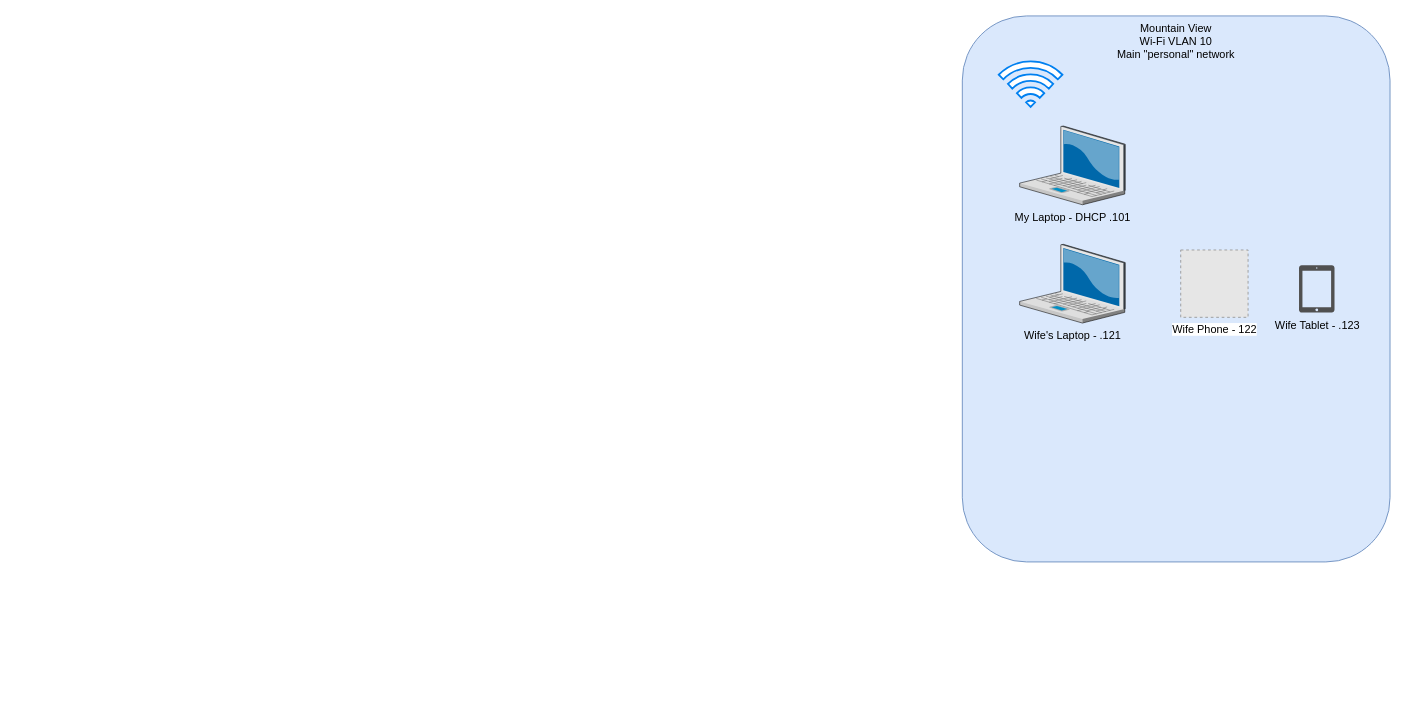
This is Untitled Diagram.drawio from vichanzo/my-home-server, a draw.io file, before an edit. Source tidied: cells renumbered, new cells numbered last; positions are measured from the earlier drawing's top-left corner, leaving out a move shared by most shapes. Both pictures are drawn from the tidied source at 91%, with x=0, y=0 at pixel (962, 15). Pictures stored in the file or linked from it are replaced by grey dashed boxes.
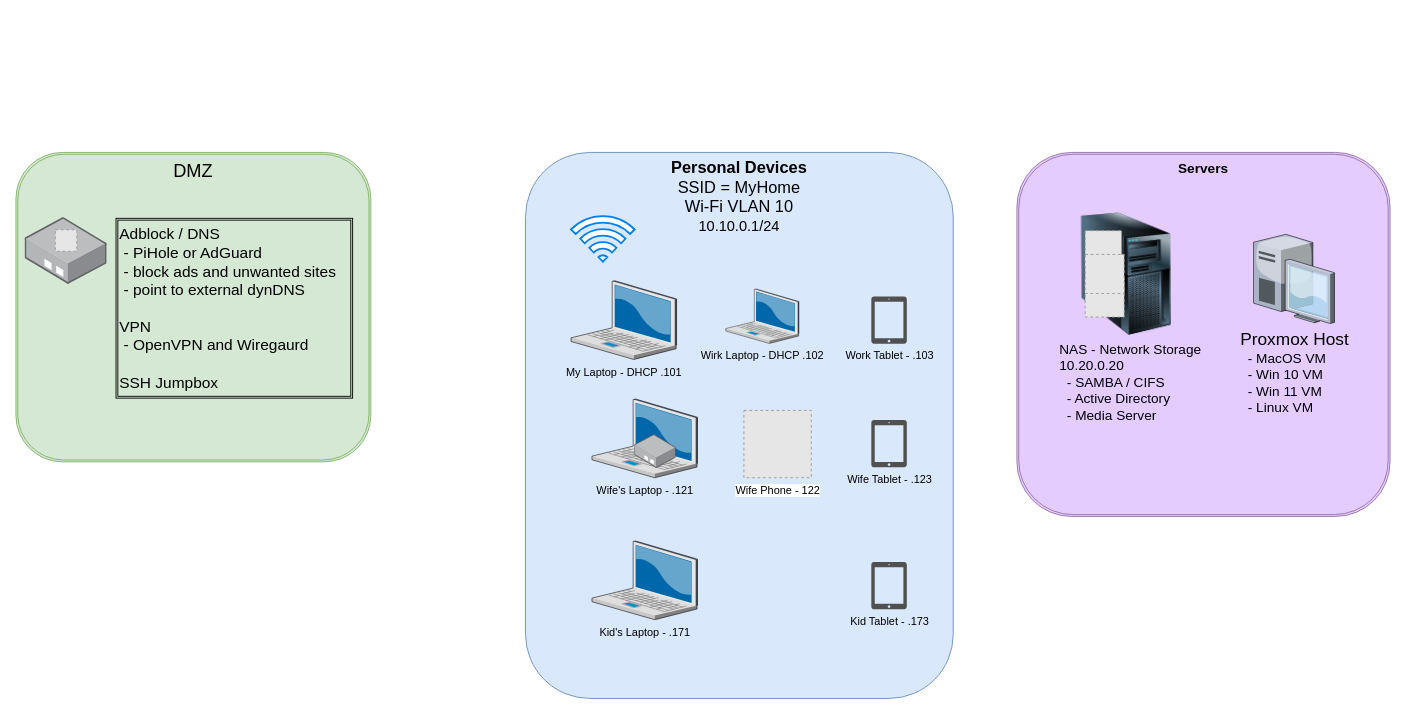
After the change.

The edit, as a diff of the source:
```diff
@@
+    <mxCell id="8" value="&lt;font style=&quot;font-size: 18px;&quot;&gt;&lt;sup&gt;&lt;b&gt;Servers&lt;/b&gt;&lt;/sup&gt;&lt;/font&gt;" style="shape=ext;double=1;rounded=1;whiteSpace=wrap;html=1;fillColor=#E5CCFF;strokeColor=#9673a6;verticalAlign=top;" parent="1" vertex="1">
+      <mxGeometry x="60" y="150" width="410" height="400" as="geometry" />
+    </mxCell>
+    <mxCell id="9" value="&lt;div style=&quot;text-align: left;&quot;&gt;&lt;span style=&quot;font-size: 19px; background-color: initial;&quot;&gt;Proxmox Host&lt;/span&gt;&lt;/div&gt;&lt;font style=&quot;font-size: 15px;&quot;&gt;&lt;div style=&quot;text-align: left;&quot;&gt;&lt;font style=&quot;background-color: initial; font-size: 15px;&quot;&gt;&amp;nbsp; -&lt;/font&gt;&lt;span style=&quot;background-color: initial;&quot;&gt;&amp;nbsp;MacOS VM&lt;/span&gt;&lt;/div&gt;&lt;/font&gt;&lt;div style=&quot;text-align: left; font-size: 15px;&quot;&gt;&lt;span style=&quot;background-color: initial;&quot;&gt;&lt;font style=&quot;font-size: 15px;&quot;&gt;&amp;nbsp; - Win 10 VM&lt;/font&gt;&lt;/span&gt;&lt;/div&gt;&lt;div style=&quot;text-align: left; font-size: 15px;&quot;&gt;&lt;span style=&quot;background-color: initial;&quot;&gt;&lt;font style=&quot;font-size: 15px;&quot;&gt;&amp;nbsp; - Win 11 VM&lt;/font&gt;&lt;/span&gt;&lt;/div&gt;&lt;div style=&quot;text-align: left; font-size: 15px;&quot;&gt;&lt;span style=&quot;background-color: initial;&quot;&gt;&lt;font style=&quot;font-size: 15px;&quot;&gt;&amp;nbsp; - Linux VM&amp;nbsp;&lt;/font&gt;&lt;/span&gt;&lt;/div&gt;" style="verticalLabelPosition=bottom;sketch=0;html=1;verticalAlign=top;strokeColor=none;align=center;shape=mxgraph.citrix.desktop;" parent="1" vertex="1">
+      <mxGeometry x="320" y="240" width="89" height="98" as="geometry" />
+    </mxCell>
+    <mxCell id="10" style="group;fontSize=20;" parent="1" vertex="1">
+      <mxGeometry x="-480" y="150" width="470" height="600" as="geometry" />
+    </mxCell>
-    <mxCell id="2" value="Mountain View&lt;br&gt;Wi-Fi VLAN 10&lt;br&gt;Main &quot;personal&quot; network" style="rounded=1;whiteSpace=wrap;html=1;fillColor=#dae8fc;strokeColor=#6c8ebf;verticalAlign=top;" parent="1" vertex="1">
+    <mxCell id="2" value="&lt;font style=&quot;&quot;&gt;&lt;span style=&quot;font-size: 18px;&quot;&gt;&lt;b&gt;Personal Devices&lt;/b&gt;&lt;/span&gt;&lt;br&gt;&lt;span style=&quot;font-size: 18px;&quot;&gt;SSID = MyHome&lt;/span&gt;&lt;br&gt;&lt;span style=&quot;font-size: 18px;&quot;&gt;Wi-Fi VLAN 10&lt;br&gt;&lt;/span&gt;&lt;font style=&quot;font-size: 16px;&quot;&gt;10.10.0.1/24&lt;/font&gt;&lt;br&gt;&lt;/font&gt;" style="rounded=1;whiteSpace=wrap;html=1;fillColor=#dae8fc;strokeColor=#6c8ebf;verticalAlign=top;" parent="10" vertex="1">
       <mxGeometry width="470" height="600" as="geometry" />
     </mxCell>
-    <mxCell id="3" style="html=1;verticalLabelPosition=bottom;align=center;labelBackgroundColor=#ffffff;verticalAlign=top;strokeWidth=2;strokeColor=#0080F0;shadow=0;dashed=0;shape=mxgraph.ios7.icons.wifi;" parent="1" vertex="1">
-      <mxGeometry x="40" y="50" width="70" height="50" as="geometry" />
+    <mxCell id="3" style="html=1;verticalLabelPosition=bottom;align=center;labelBackgroundColor=#ffffff;verticalAlign=top;strokeWidth=2;strokeColor=#0080F0;shadow=0;dashed=0;shape=mxgraph.ios7.icons.wifi;" parent="10" vertex="1">
+      <mxGeometry x="50" y="70" width="70" height="50" as="geometry" />
     </mxCell>
-    <mxCell id="4" value="My Laptop - DHCP .101" style="verticalLabelPosition=bottom;sketch=0;html=1;verticalAlign=top;strokeColor=none;align=center;shape=mxgraph.citrix.laptop_2;" parent="1" vertex="1">
-      <mxGeometry x="63" y="121" width="116" height="86.5" as="geometry" />
+    <mxCell id="4" value="My Laptop - DHCP .101" style="verticalLabelPosition=bottom;sketch=0;html=1;verticalAlign=top;strokeColor=none;align=center;shape=mxgraph.citrix.laptop_2;" parent="10" vertex="1">
+      <mxGeometry x="50" y="141" width="116" height="86.5" as="geometry" />
     </mxCell>
-    <mxCell id="5" value="Wife's Laptop - .121" style="verticalLabelPosition=bottom;sketch=0;html=1;verticalAlign=top;strokeColor=none;align=center;shape=mxgraph.citrix.laptop_2;" parent="1" vertex="1">
-      <mxGeometry x="63" y="251" width="116" height="86.5" as="geometry" />
+    <mxCell id="5" value="Wife's Laptop - .121" style="verticalLabelPosition=bottom;sketch=0;html=1;verticalAlign=top;strokeColor=none;align=center;shape=mxgraph.citrix.laptop_2;" parent="10" vertex="1">
+      <mxGeometry x="73" y="271" width="116" height="86.5" as="geometry" />
     </mxCell>
-    <mxCell id="6" value="Wife Tablet - .123" style="sketch=0;shadow=0;dashed=0;html=1;strokeColor=none;fillColor=#505050;labelPosition=center;verticalLabelPosition=bottom;verticalAlign=top;align=center;shape=mxgraph.office.devices.tablet_ipad;" parent="1" vertex="1">
-      <mxGeometry x="370" y="274" width="39" height="52" as="geometry" />
+    <mxCell id="6" value="Wife Tablet - .123" style="sketch=0;shadow=0;dashed=0;html=1;strokeColor=none;fillColor=#505050;labelPosition=center;verticalLabelPosition=bottom;verticalAlign=top;align=center;shape=mxgraph.office.devices.tablet_ipad;" parent="10" vertex="1">
+      <mxGeometry x="380" y="294" width="39" height="52" as="geometry" />
     </mxCell>
-    <mxCell id="7" value="Wife Phone - 122" style="fillColor=#E6E6E6;strokeColor=#999999;dashed=1;html=1;verticalAlign=top;verticalLabelPosition=bottom;labelBackgroundColor=#ffffff;" parent="1" vertex="1">
-      <mxGeometry x="240" y="257.2" width="74" height="74" as="geometry" />
+    <mxCell id="7" value="Wife Phone - 122" style="fillColor=#E6E6E6;strokeColor=#999999;dashed=1;html=1;verticalAlign=top;verticalLabelPosition=bottom;labelBackgroundColor=#ffffff;" parent="10" vertex="1">
+      <mxGeometry x="240" y="283.5" width="74" height="74" as="geometry" />
     </mxCell>
+    <mxCell id="11" value="Kid's Laptop - .171" style="verticalLabelPosition=bottom;sketch=0;html=1;verticalAlign=top;strokeColor=none;align=center;shape=mxgraph.citrix.laptop_2;" parent="10" vertex="1">
+      <mxGeometry x="73" y="427" width="116" height="86.5" as="geometry" />
+    </mxCell>
+    <mxCell id="12" value="Kid Tablet - .173" style="sketch=0;shadow=0;dashed=0;html=1;strokeColor=none;fillColor=#505050;labelPosition=center;verticalLabelPosition=bottom;verticalAlign=top;align=center;shape=mxgraph.office.devices.tablet_ipad;" parent="10" vertex="1">
+      <mxGeometry x="380" y="450" width="39" height="52" as="geometry" />
+    </mxCell>
+    <mxCell id="13" value="Wirk Laptop - DHCP .102" style="verticalLabelPosition=bottom;sketch=0;html=1;verticalAlign=top;strokeColor=none;align=center;shape=mxgraph.citrix.laptop_2;" parent="10" vertex="1">
+      <mxGeometry x="220" y="150" width="80.5" height="60" as="geometry" />
+    </mxCell>
+    <mxCell id="14" value="Work Tablet - .103" style="sketch=0;shadow=0;dashed=0;html=1;strokeColor=none;fillColor=#505050;labelPosition=center;verticalLabelPosition=bottom;verticalAlign=top;align=center;shape=mxgraph.office.devices.tablet_ipad;" parent="10" vertex="1">
+      <mxGeometry x="380" y="158.2" width="39" height="52" as="geometry" />
+    </mxCell>
+    <mxCell id="15" value="DMZ" style="shape=ext;double=1;rounded=1;whiteSpace=wrap;html=1;fillColor=#d5e8d4;strokeColor=#82b366;fontSize=20;verticalAlign=top;" parent="1" vertex="1">
+      <mxGeometry x="-1040" y="150" width="390" height="340" as="geometry" />
+    </mxCell>
+    <mxCell id="16" style="html=1;align=center;shadow=0;dashed=0;image;image=img/lib/allied_telesis/media_converters/Media_Converter_Standalone.svg;" parent="1" vertex="1">
+      <mxGeometry x="-360" y="460" width="45.6" height="37.2" as="geometry" />
+    </mxCell>
+    <mxCell id="17" style="group;" parent="1" vertex="1">
+      <mxGeometry x="-1030" y="221.4" width="90.2" height="73.6" as="geometry" />
+    </mxCell>
+    <mxCell id="18" style="html=1;align=center;shadow=0;dashed=0;image;image=img/lib/allied_telesis/media_converters/Media_Converter_Standalone.svg;" parent="17" vertex="1">
+      <mxGeometry width="90.2" height="73.6" as="geometry" />
+    </mxCell>
+    <mxCell id="19" style="fillColor=#E6E6E6;strokeColor=#999999;dashed=1;html=1;verticalAlign=top;verticalLabelPosition=bottom;labelBackgroundColor=#ffffff;" parent="17" vertex="1">
+      <mxGeometry x="33.3" y="13.6" width="23.6" height="23.6" as="geometry" />
+    </mxCell>
+    <mxCell id="20" value="&lt;font style=&quot;font-size: 17px;&quot;&gt;Adblock / DNS&lt;br&gt;&amp;nbsp;- PiHole or AdGuard&lt;br&gt;&amp;nbsp;- block ads and unwanted sites&lt;br&gt;&amp;nbsp;- point to external dynDNS&lt;br&gt;&lt;br&gt;VPN&lt;br&gt;&amp;nbsp;- OpenVPN and Wiregaurd&lt;br&gt;&lt;br&gt;SSH Jumpbox&lt;br&gt;&lt;/font&gt;" style="shape=ext;double=1;rounded=0;whiteSpace=wrap;html=1;fillColor=none;align=left;verticalAlign=top;" parent="1" vertex="1">
+      <mxGeometry x="-930" y="222.4" width="260" height="197.6" as="geometry" />
+    </mxCell>
+    <mxCell id="21" style="group;" parent="1" vertex="1">
+      <mxGeometry x="105" y="216" width="150" height="135.1" as="geometry" />
+    </mxCell>
+    <mxCell id="22" value="&lt;font style=&quot;font-size: 15px;&quot;&gt;&lt;font style=&quot;font-size: 15px;&quot;&gt;NAS - Network Storage&lt;br&gt;&lt;/font&gt;10.20.0.20&lt;br&gt;&amp;nbsp; - SAMBA / CIFS&lt;br&gt;&amp;nbsp; - Active Directory&lt;br&gt;&lt;div style=&quot;&quot;&gt;&lt;span style=&quot;background-color: initial;&quot;&gt;&amp;nbsp; - Media Server&lt;/span&gt;&lt;/div&gt;&lt;/font&gt;" style="image;html=1;image=img/lib/clip_art/computers/Server_Tower_128x128.png;imageBackground=none;labelBackgroundColor=none;align=left;" parent="21" vertex="1">
+      <mxGeometry width="150" height="135.1" as="geometry" />
+    </mxCell>
+    <mxCell id="23" style="group;" parent="21" vertex="1">
+      <mxGeometry x="30" y="20" width="42.9" height="94.9" as="geometry" />
+    </mxCell>
+    <mxCell id="24" style="fillColor=#E6E6E6;strokeColor=#999999;dashed=1;html=1;verticalAlign=top;verticalLabelPosition=bottom;labelBackgroundColor=#ffffff;" parent="23" vertex="1">
+      <mxGeometry width="40" height="40" as="geometry" />
+    </mxCell>
+    <mxCell id="25" style="fillColor=#E6E6E6;strokeColor=#999999;dashed=1;html=1;verticalAlign=top;verticalLabelPosition=bottom;labelBackgroundColor=#ffffff;" parent="23" vertex="1">
+      <mxGeometry y="52" width="42.9" height="42.9" as="geometry" />
+    </mxCell>
+    <mxCell id="26" style="fillColor=#E6E6E6;strokeColor=#999999;dashed=1;html=1;verticalAlign=top;verticalLabelPosition=bottom;labelBackgroundColor=#ffffff;" parent="23" vertex="1">
+      <mxGeometry y="26.1" width="42.9" height="42.9" as="geometry" />
+    </mxCell>
```
